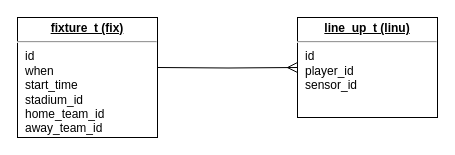
Above: page "Fixture" (2 of 3) of drawio/football.drawio in TrivadisPF/soccer-demo (draw.io), before the change. Source tidied: cells renumbered, new cells numbered last; positions are measured from the earlier drawing's top-left corner, leaving out a move shared by most shapes. Both pictures are drawn from the tidied source at 100%, with x=0, y=0 at pixel (17, 17).
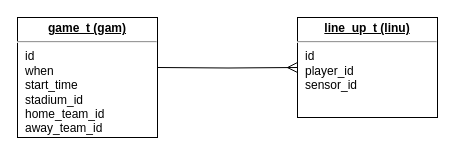
After the change.

Change to the diagram source:
```diff
@@
 <mxGraphModel>
   <root>
     <mxCell id="0" />
     <mxCell id="1" parent="0" />
-    <mxCell id="2" value="&lt;p style=&quot;margin: 0px ; margin-top: 4px ; text-align: center ; text-decoration: underline&quot;&gt;&lt;b&gt;fixture_t (fix)&lt;/b&gt;&lt;/p&gt;&lt;hr&gt;&lt;p style=&quot;margin: 0px ; margin-left: 8px&quot;&gt;id&lt;/p&gt;&lt;p style=&quot;margin: 0px ; margin-left: 8px&quot;&gt;when&lt;/p&gt;&lt;p style=&quot;margin: 0px ; margin-left: 8px&quot;&gt;start_time&lt;/p&gt;&lt;p style=&quot;margin: 0px ; margin-left: 8px&quot;&gt;stadium_id&lt;/p&gt;&lt;p style=&quot;margin: 0px ; margin-left: 8px&quot;&gt;home_team_id&lt;/p&gt;&lt;p style=&quot;margin: 0px ; margin-left: 8px&quot;&gt;away_team_id&lt;/p&gt;&lt;p style=&quot;margin: 0px ; margin-left: 8px&quot;&gt;&lt;br&gt;&lt;/p&gt;" style="verticalAlign=top;align=left;overflow=fill;fontSize=12;fontFamily=Helvetica;html=1;rounded=0;shadow=0;comic=0;labelBackgroundColor=none;strokeWidth=1;" parent="1" vertex="1">
+    <mxCell id="2" value="&lt;p style=&quot;margin: 0px ; margin-top: 4px ; text-align: center ; text-decoration: underline&quot;&gt;&lt;b&gt;game_t (gam)&lt;/b&gt;&lt;/p&gt;&lt;hr&gt;&lt;p style=&quot;margin: 0px ; margin-left: 8px&quot;&gt;id&lt;/p&gt;&lt;p style=&quot;margin: 0px ; margin-left: 8px&quot;&gt;when&lt;/p&gt;&lt;p style=&quot;margin: 0px ; margin-left: 8px&quot;&gt;start_time&lt;/p&gt;&lt;p style=&quot;margin: 0px ; margin-left: 8px&quot;&gt;stadium_id&lt;/p&gt;&lt;p style=&quot;margin: 0px ; margin-left: 8px&quot;&gt;home_team_id&lt;/p&gt;&lt;p style=&quot;margin: 0px ; margin-left: 8px&quot;&gt;away_team_id&lt;/p&gt;&lt;p style=&quot;margin: 0px ; margin-left: 8px&quot;&gt;&lt;br&gt;&lt;/p&gt;" style="verticalAlign=top;align=left;overflow=fill;fontSize=12;fontFamily=Helvetica;html=1;rounded=0;shadow=0;comic=0;labelBackgroundColor=none;strokeWidth=1;" parent="1" vertex="1">
       <mxGeometry width="140" height="120" as="geometry" />
     </mxCell>
     <mxCell id="3" value="&lt;p style=&quot;margin: 0px ; margin-top: 4px ; text-align: center ; text-decoration: underline&quot;&gt;&lt;b&gt;line_up_t (linu)&lt;/b&gt;&lt;/p&gt;&lt;hr&gt;&lt;p style=&quot;margin: 0px ; margin-left: 8px&quot;&gt;id&lt;/p&gt;&lt;p style=&quot;margin: 0px ; margin-left: 8px&quot;&gt;player_id&lt;/p&gt;&lt;p style=&quot;margin: 0px ; margin-left: 8px&quot;&gt;sensor_id&lt;/p&gt;" style="verticalAlign=top;align=left;overflow=fill;fontSize=12;fontFamily=Helvetica;html=1;rounded=0;shadow=0;comic=0;labelBackgroundColor=none;strokeWidth=1;" parent="1" vertex="1">
       <mxGeometry x="280" width="140" height="100" as="geometry" />
     </mxCell>
     <mxCell id="4" style="edgeStyle=orthogonalEdgeStyle;rounded=0;html=1;labelBackgroundColor=none;endArrow=ERmany;endFill=0;endSize=8;fontFamily=Verdana;fontSize=12;align=left;entryX=0;entryY=0.5;entryDx=0;entryDy=0;" parent="1" edge="1" target="3">
       <mxGeometry relative="1" as="geometry">
         <mxPoint x="140" y="50" as="sourcePoint" />
       </mxGeometry>
     </mxCell>
   </root>
 </mxGraphModel>
```
